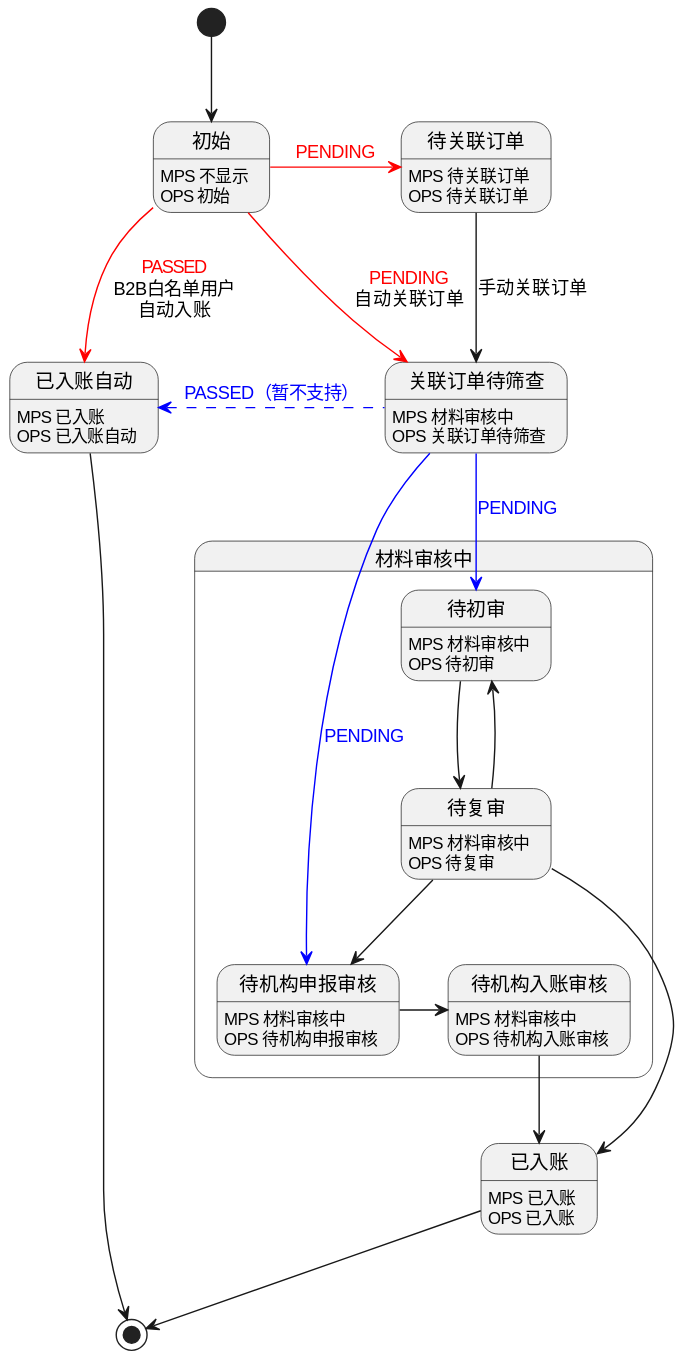
Earlier version of the PlantUML export puml/收款流程状态机/COLLECTION.svg (liucong920914/PEIKA).
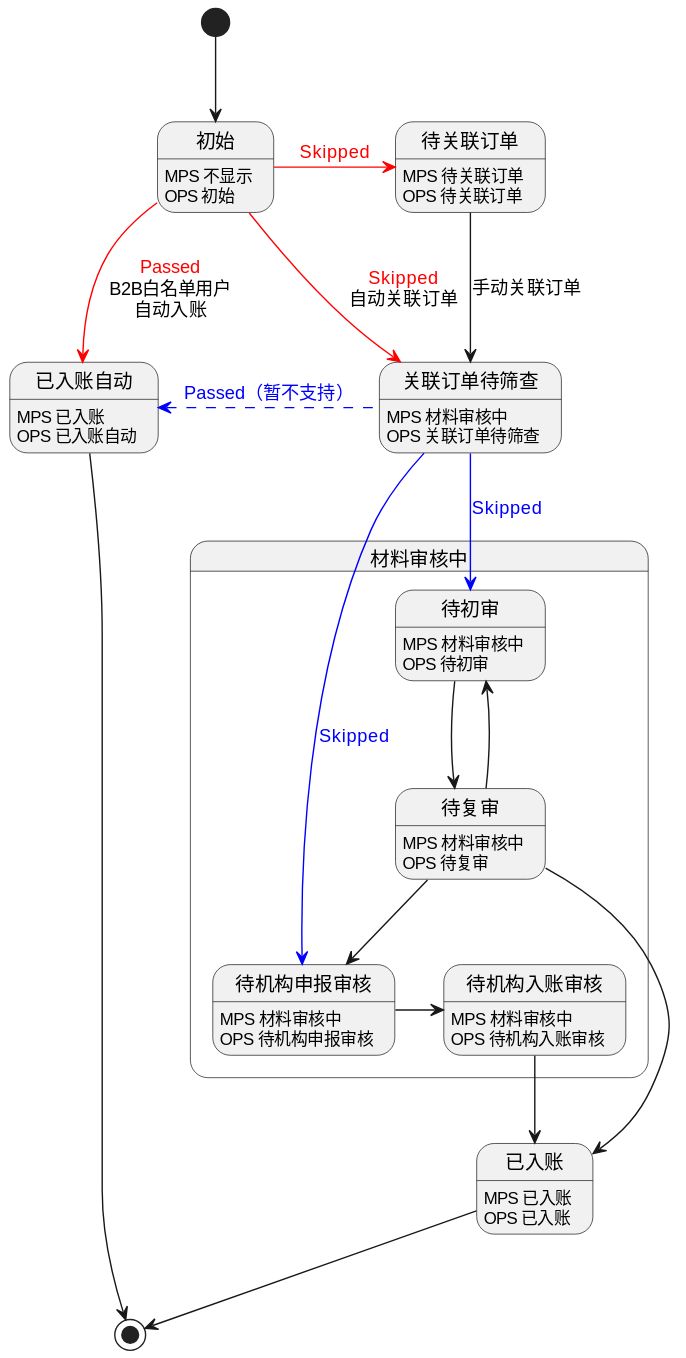
The same file after the commit.

The edit, as a diff of the source:
```diff
@@ -1,16 +1,16 @@
 @startuml
 [*] --> 初始
 
-初始 -[#Red]-> 已入账自动 : <font color=red>PASSED\nB2B白名单用户\n自动入账
+初始 -[#Red]-> 已入账自动 : <font color=red>Passed\nB2B白名单用户\n自动入账
 
-初始 -right[#Red]-> 待关联订单: <font color=red>PENDING
+初始 -right[#Red]-> 待关联订单: <font color=red>Skipped
 
-初始 -[#Red]-> 关联订单待筛查 : <font color=red>PENDING\n自动关联订单
+初始 -[#Red]-> 关联订单待筛查 : <font color=red>Skipped\n自动关联订单
 
 待关联订单 --> 关联订单待筛查 : 手动关联订单
 
 state 材料审核中 {
-    关联订单待筛查 -[#Blue]-> 待初审 : <font color=Blue>PENDING
+    关联订单待筛查 -[#Blue]-> 待初审 : <font color=Blue>Skipped
     待初审 -down-> 待复审
     待复审 -up-> 待初审
     待复审 --> 待机构申报审核
@@ -21,9 +21,9 @@
 
 待机构入账审核 --> 已入账
 
-关联订单待筛查 -[dashed,#Blue]left-> 已入账自动 : <font color=Blue>PASSED（暂不支持）
+关联订单待筛查 -[dashed,#Blue]left-> 已入账自动 : <font color=Blue>Passed（暂不支持）
 
-关联订单待筛查 -[#Blue]right-> 待机构申报审核 : <font color=Blue>PENDING
+关联订单待筛查 -[#Blue]right-> 待机构申报审核 : <font color=Blue>Skipped
 
 已入账自动 --> [*]
 
```
